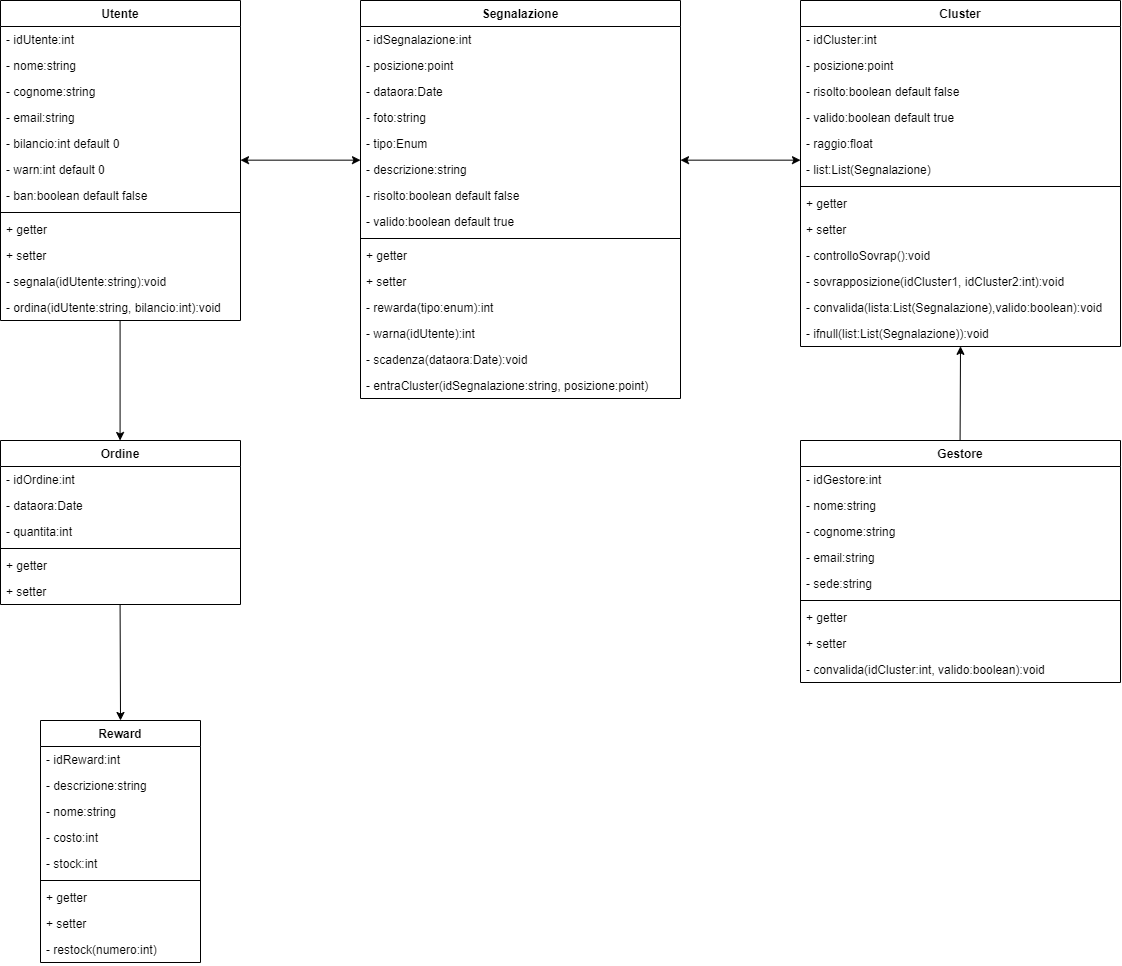
Before: Materiale Progettazione/Diagramma delle Classi/DiagrammaClassi.png, a diagram exported from draw.io (Gruppo-IS44/Comune-Pulito-bead80e0). Source tidied: cells renumbered, new cells last; positions are measured from the earlier drawing's top-left corner, leaving out a move shared by most shapes.
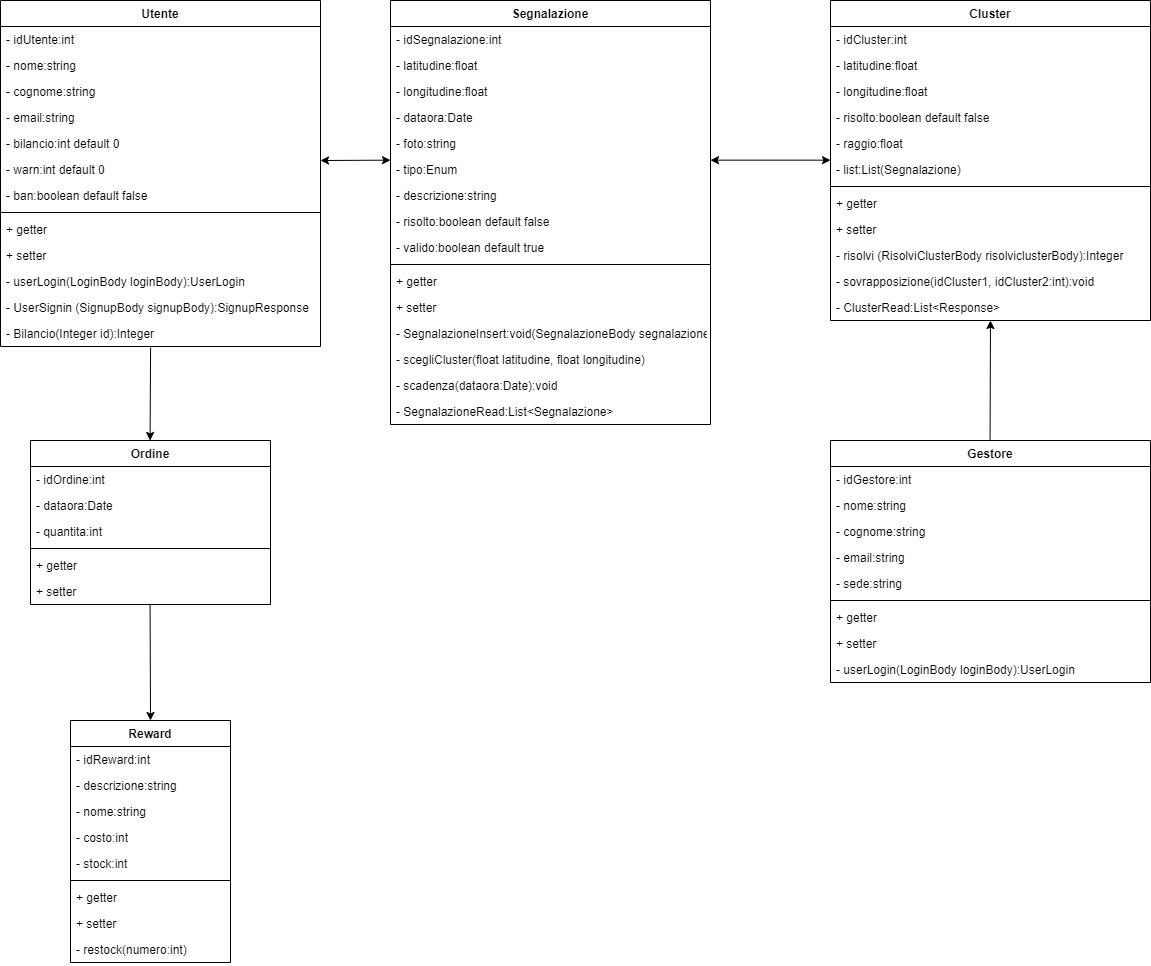
After the change.

Commit message:
Diagramma Classi

Diff of the diagram source:
```diff
@@ -3,107 +3,113 @@
     <mxCell id="0" />
     <mxCell id="1" parent="0" />
     <mxCell id="2" value="Utente" style="swimlane;fontStyle=1;align=center;verticalAlign=top;horizontal=1;startSize=26;" parent="1" vertex="1">
-      <mxGeometry width="240" height="320" as="geometry" />
+      <mxGeometry x="-30" width="320" height="346" as="geometry" />
     </mxCell>
     <mxCell id="3" value="- idUtente:int" style="text;strokeColor=none;fillColor=none;align=left;verticalAlign=top;spacingLeft=4;spacingRight=4;overflow=hidden;" parent="2" vertex="1">
-      <mxGeometry y="26" width="240" height="26" as="geometry" />
+      <mxGeometry y="26" width="320" height="26" as="geometry" />
     </mxCell>
     <mxCell id="4" value="- nome:string" style="text;strokeColor=none;fillColor=none;align=left;verticalAlign=top;spacingLeft=4;spacingRight=4;overflow=hidden;" parent="2" vertex="1">
-      <mxGeometry y="52" width="240" height="26" as="geometry" />
+      <mxGeometry y="52" width="320" height="26" as="geometry" />
     </mxCell>
     <mxCell id="5" value="- cognome:string" style="text;strokeColor=none;fillColor=none;align=left;verticalAlign=top;spacingLeft=4;spacingRight=4;overflow=hidden;" parent="2" vertex="1">
-      <mxGeometry y="78" width="240" height="26" as="geometry" />
+      <mxGeometry y="78" width="320" height="26" as="geometry" />
     </mxCell>
     <mxCell id="6" value="- email:string" style="text;strokeColor=none;fillColor=none;align=left;verticalAlign=top;spacingLeft=4;spacingRight=4;overflow=hidden;" parent="2" vertex="1">
-      <mxGeometry y="104" width="240" height="26" as="geometry" />
+      <mxGeometry y="104" width="320" height="26" as="geometry" />
     </mxCell>
     <mxCell id="7" value="- bilancio:int default 0" style="text;strokeColor=none;fillColor=none;align=left;verticalAlign=top;spacingLeft=4;spacingRight=4;overflow=hidden;" parent="2" vertex="1">
-      <mxGeometry y="130" width="240" height="26" as="geometry" />
+      <mxGeometry y="130" width="320" height="26" as="geometry" />
     </mxCell>
     <mxCell id="8" value="- warn:int default 0" style="text;strokeColor=none;fillColor=none;align=left;verticalAlign=top;spacingLeft=4;spacingRight=4;overflow=hidden;" parent="2" vertex="1">
-      <mxGeometry y="156" width="240" height="26" as="geometry" />
+      <mxGeometry y="156" width="320" height="26" as="geometry" />
     </mxCell>
     <mxCell id="9" value="- ban:boolean default false" style="text;strokeColor=none;fillColor=none;align=left;verticalAlign=top;spacingLeft=4;spacingRight=4;overflow=hidden;" parent="2" vertex="1">
-      <mxGeometry y="182" width="240" height="26" as="geometry" />
+      <mxGeometry y="182" width="320" height="26" as="geometry" />
     </mxCell>
     <mxCell id="10" style="line;strokeWidth=1;fillColor=none;align=left;verticalAlign=middle;spacingTop=-1;spacingLeft=3;spacingRight=3;labelPosition=right;strokeColor=inherit;" parent="2" vertex="1">
-      <mxGeometry y="208" width="240" height="8" as="geometry" />
+      <mxGeometry y="208" width="320" height="8" as="geometry" />
     </mxCell>
     <mxCell id="11" value="+ getter" style="text;strokeColor=none;fillColor=none;align=left;verticalAlign=top;spacingLeft=4;spacingRight=4;overflow=hidden;" parent="2" vertex="1">
-      <mxGeometry y="216" width="240" height="26" as="geometry" />
+      <mxGeometry y="216" width="320" height="26" as="geometry" />
     </mxCell>
     <mxCell id="12" value="+ setter&#10;" style="text;strokeColor=none;fillColor=none;align=left;verticalAlign=top;spacingLeft=4;spacingRight=4;overflow=hidden;" parent="2" vertex="1">
-      <mxGeometry y="242" width="240" height="26" as="geometry" />
+      <mxGeometry y="242" width="320" height="26" as="geometry" />
     </mxCell>
-    <mxCell id="13" value="- segnala(idUtente:string):void" style="text;strokeColor=none;fillColor=none;align=left;verticalAlign=top;spacingLeft=4;spacingRight=4;overflow=hidden;" parent="2" vertex="1">
-      <mxGeometry y="268" width="240" height="26" as="geometry" />
+    <mxCell id="13" value="- userLogin(LoginBody loginBody):UserLogin" style="text;strokeColor=none;fillColor=none;align=left;verticalAlign=top;spacingLeft=4;spacingRight=4;overflow=hidden;" parent="2" vertex="1">
+      <mxGeometry y="268" width="320" height="26" as="geometry" />
     </mxCell>
-    <mxCell id="14" value="- ordina(idUtente:string, bilancio:int):void" style="text;strokeColor=none;fillColor=none;align=left;verticalAlign=top;spacingLeft=4;spacingRight=4;overflow=hidden;" parent="2" vertex="1">
-      <mxGeometry y="294" width="240" height="26" as="geometry" />
+    <mxCell id="14" value="- UserSignin (SignupBody signupBody):SignupResponse" style="text;strokeColor=none;fillColor=none;align=left;verticalAlign=top;spacingLeft=4;spacingRight=4;overflow=hidden;" parent="2" vertex="1">
+      <mxGeometry y="294" width="320" height="26" as="geometry" />
     </mxCell>
+    <mxCell id="77" value="- Bilancio(Integer id):Integer" style="text;strokeColor=none;fillColor=none;align=left;verticalAlign=top;spacingLeft=4;spacingRight=4;overflow=hidden;points=[[0,0.5],[1,0.5]];portConstraint=eastwest;" parent="2" vertex="1">
+      <mxGeometry y="320" width="320" height="26" as="geometry" />
+    </mxCell>
     <mxCell id="15" value="Segnalazione" style="swimlane;fontStyle=1;align=center;verticalAlign=top;horizontal=1;startSize=26;" parent="1" vertex="1">
-      <mxGeometry x="360" width="320" height="398" as="geometry" />
+      <mxGeometry x="360" width="320" height="424" as="geometry" />
     </mxCell>
     <mxCell id="16" value="- idSegnalazione:int" style="text;strokeColor=none;fillColor=none;align=left;verticalAlign=top;spacingLeft=4;spacingRight=4;overflow=hidden;" parent="15" vertex="1">
       <mxGeometry y="26" width="320" height="26" as="geometry" />
     </mxCell>
-    <mxCell id="17" value="- posizione:point" style="text;strokeColor=none;fillColor=none;align=left;verticalAlign=top;spacingLeft=4;spacingRight=4;overflow=hidden;" parent="15" vertex="1">
+    <mxCell id="17" value="- latitudine:float" style="text;strokeColor=none;fillColor=none;align=left;verticalAlign=top;spacingLeft=4;spacingRight=4;overflow=hidden;" parent="15" vertex="1">
       <mxGeometry y="52" width="320" height="26" as="geometry" />
     </mxCell>
+    <mxCell id="78" value="- longitudine:float" style="text;strokeColor=none;fillColor=none;align=left;verticalAlign=top;spacingLeft=4;spacingRight=4;overflow=hidden;" parent="15" vertex="1">
+      <mxGeometry y="78" width="320" height="26" as="geometry" />
+    </mxCell>
     <mxCell id="18" value="- dataora:Date" style="text;strokeColor=none;fillColor=none;align=left;verticalAlign=top;spacingLeft=4;spacingRight=4;overflow=hidden;" parent="15" vertex="1">
-      <mxGeometry y="78" width="320" height="26" as="geometry" />
+      <mxGeometry y="104" width="320" height="26" as="geometry" />
     </mxCell>
     <mxCell id="19" value="- foto:string" style="text;strokeColor=none;fillColor=none;align=left;verticalAlign=top;spacingLeft=4;spacingRight=4;overflow=hidden;" parent="15" vertex="1">
-      <mxGeometry y="104" width="320" height="26" as="geometry" />
+      <mxGeometry y="130" width="320" height="26" as="geometry" />
     </mxCell>
     <mxCell id="20" value="- tipo:Enum" style="text;strokeColor=none;fillColor=none;align=left;verticalAlign=top;spacingLeft=4;spacingRight=4;overflow=hidden;" parent="15" vertex="1">
-      <mxGeometry y="130" width="320" height="26" as="geometry" />
+      <mxGeometry y="156" width="320" height="26" as="geometry" />
     </mxCell>
     <mxCell id="21" value="- descrizione:string" style="text;strokeColor=none;fillColor=none;align=left;verticalAlign=top;spacingLeft=4;spacingRight=4;overflow=hidden;" parent="15" vertex="1">
-      <mxGeometry y="156" width="320" height="26" as="geometry" />
+      <mxGeometry y="182" width="320" height="26" as="geometry" />
     </mxCell>
     <mxCell id="22" value="- risolto:boolean default false" style="text;strokeColor=none;fillColor=none;align=left;verticalAlign=top;spacingLeft=4;spacingRight=4;overflow=hidden;" parent="15" vertex="1">
-      <mxGeometry y="182" width="320" height="26" as="geometry" />
+      <mxGeometry y="208" width="320" height="26" as="geometry" />
     </mxCell>
     <mxCell id="23" value="- valido:boolean default true" style="text;strokeColor=none;fillColor=none;align=left;verticalAlign=top;spacingLeft=4;spacingRight=4;overflow=hidden;" parent="15" vertex="1">
-      <mxGeometry y="208" width="320" height="26" as="geometry" />
+      <mxGeometry y="234" width="320" height="26" as="geometry" />
     </mxCell>
     <mxCell id="24" style="line;strokeWidth=1;fillColor=none;align=left;verticalAlign=middle;spacingTop=-1;spacingLeft=3;spacingRight=3;labelPosition=right;strokeColor=inherit;" parent="15" vertex="1">
-      <mxGeometry y="234" width="320" height="8" as="geometry" />
+      <mxGeometry y="260" width="320" height="8" as="geometry" />
     </mxCell>
     <mxCell id="25" value="+ getter" style="text;strokeColor=none;fillColor=none;align=left;verticalAlign=top;spacingLeft=4;spacingRight=4;overflow=hidden;" parent="15" vertex="1">
-      <mxGeometry y="242" width="320" height="26" as="geometry" />
+      <mxGeometry y="268" width="320" height="26" as="geometry" />
     </mxCell>
     <mxCell id="26" value="+ setter" style="text;strokeColor=none;fillColor=none;align=left;verticalAlign=top;spacingLeft=4;spacingRight=4;overflow=hidden;" parent="15" vertex="1">
-      <mxGeometry y="268" width="320" height="26" as="geometry" />
+      <mxGeometry y="294" width="320" height="26" as="geometry" />
     </mxCell>
-    <mxCell id="27" value="- rewarda(tipo:enum):int" style="text;strokeColor=none;fillColor=none;align=left;verticalAlign=top;spacingLeft=4;spacingRight=4;overflow=hidden;" parent="15" vertex="1">
-      <mxGeometry y="294" width="320" height="26" as="geometry" />
+    <mxCell id="27" value="- SegnalazioneInsert:void(SegnalazioneBody segnalazionebody)" style="text;strokeColor=none;fillColor=none;align=left;verticalAlign=top;spacingLeft=4;spacingRight=4;overflow=hidden;" parent="15" vertex="1">
+      <mxGeometry y="320" width="320" height="26" as="geometry" />
     </mxCell>
-    <mxCell id="28" value="- warna(idUtente):int" style="text;strokeColor=none;fillColor=none;align=left;verticalAlign=top;spacingLeft=4;spacingRight=4;overflow=hidden;" parent="15" vertex="1">
-      <mxGeometry y="320" width="320" height="26" as="geometry" />
+    <mxCell id="28" value="- scegliCluster(float latitudine, float longitudine)" style="text;strokeColor=none;fillColor=none;align=left;verticalAlign=top;spacingLeft=4;spacingRight=4;overflow=hidden;" parent="15" vertex="1">
+      <mxGeometry y="346" width="320" height="26" as="geometry" />
     </mxCell>
     <mxCell id="29" value="- scadenza(dataora:Date):void" style="text;strokeColor=none;fillColor=none;align=left;verticalAlign=top;spacingLeft=4;spacingRight=4;overflow=hidden;" parent="15" vertex="1">
-      <mxGeometry y="346" width="320" height="26" as="geometry" />
+      <mxGeometry y="372" width="320" height="26" as="geometry" />
     </mxCell>
-    <mxCell id="30" value="- entraCluster(idSegnalazione:string, posizione:point)" style="text;strokeColor=none;fillColor=none;align=left;verticalAlign=top;spacingLeft=4;spacingRight=4;overflow=hidden;" parent="15" vertex="1">
-      <mxGeometry y="372" width="320" height="26" as="geometry" />
-    </mxCell>
+    <mxCell id="79" value="- SegnalazioneRead:List&lt;Segnalazione&gt;" style="text;strokeColor=none;fillColor=none;align=left;verticalAlign=top;spacingLeft=4;spacingRight=4;overflow=hidden;" parent="15" vertex="1">
+      <mxGeometry y="398" width="320" height="26" as="geometry" />
+    </mxCell>
     <mxCell id="31" value="Cluster" style="swimlane;fontStyle=1;align=center;verticalAlign=top;horizontal=1;startSize=26;" parent="1" vertex="1">
-      <mxGeometry x="800" width="320" height="346" as="geometry" />
+      <mxGeometry x="800" width="320" height="320" as="geometry" />
     </mxCell>
     <mxCell id="32" value="- idCluster:int" style="text;strokeColor=none;fillColor=none;align=left;verticalAlign=top;spacingLeft=4;spacingRight=4;overflow=hidden;" parent="31" vertex="1">
       <mxGeometry y="26" width="320" height="26" as="geometry" />
     </mxCell>
-    <mxCell id="33" value="- posizione:point" style="text;strokeColor=none;fillColor=none;align=left;verticalAlign=top;spacingLeft=4;spacingRight=4;overflow=hidden;" parent="31" vertex="1">
+    <mxCell id="33" value="- latitudine:float" style="text;strokeColor=none;fillColor=none;align=left;verticalAlign=top;spacingLeft=4;spacingRight=4;overflow=hidden;" parent="31" vertex="1">
       <mxGeometry y="52" width="320" height="26" as="geometry" />
     </mxCell>
+    <mxCell id="80" value="- longitudine:float" style="text;strokeColor=none;fillColor=none;align=left;verticalAlign=top;spacingLeft=4;spacingRight=4;overflow=hidden;" parent="31" vertex="1">
+      <mxGeometry y="78" width="320" height="26" as="geometry" />
+    </mxCell>
     <mxCell id="34" value="- risolto:boolean default false" style="text;strokeColor=none;fillColor=none;align=left;verticalAlign=top;spacingLeft=4;spacingRight=4;overflow=hidden;" parent="31" vertex="1">
-      <mxGeometry y="78" width="320" height="26" as="geometry" />
+      <mxGeometry y="104" width="320" height="26" as="geometry" />
     </mxCell>
-    <mxCell id="35" value="- valido:boolean default true" style="text;strokeColor=none;fillColor=none;align=left;verticalAlign=top;spacingLeft=4;spacingRight=4;overflow=hidden;" parent="31" vertex="1">
-      <mxGeometry y="104" width="320" height="26" as="geometry" />
-    </mxCell>
     <mxCell id="36" value="- raggio:float" style="text;strokeColor=none;fillColor=none;align=left;verticalAlign=top;spacingLeft=4;spacingRight=4;overflow=hidden;" parent="31" vertex="1">
       <mxGeometry y="130" width="320" height="26" as="geometry" />
     </mxCell>
@@ -119,18 +125,15 @@
     <mxCell id="40" value="+ setter" style="text;strokeColor=none;fillColor=none;align=left;verticalAlign=top;spacingLeft=4;spacingRight=4;overflow=hidden;" parent="31" vertex="1">
       <mxGeometry y="216" width="320" height="26" as="geometry" />
     </mxCell>
-    <mxCell id="41" value="- controlloSovrap():void" style="text;strokeColor=none;fillColor=none;align=left;verticalAlign=top;spacingLeft=4;spacingRight=4;overflow=hidden;" parent="31" vertex="1">
+    <mxCell id="41" value="- risolvi (RisolviClusterBody risolviclusterBody):Integer " style="text;strokeColor=none;fillColor=none;align=left;verticalAlign=top;spacingLeft=4;spacingRight=4;overflow=hidden;" parent="31" vertex="1">
       <mxGeometry y="242" width="320" height="26" as="geometry" />
     </mxCell>
     <mxCell id="42" value="- sovrapposizione(idCluster1, idCluster2:int):void" style="text;strokeColor=none;fillColor=none;align=left;verticalAlign=top;spacingLeft=4;spacingRight=4;overflow=hidden;" parent="31" vertex="1">
       <mxGeometry y="268" width="320" height="26" as="geometry" />
     </mxCell>
-    <mxCell id="43" value="- convalida(lista:List(Segnalazione),valido:boolean):void" style="text;strokeColor=none;fillColor=none;align=left;verticalAlign=top;spacingLeft=4;spacingRight=4;overflow=hidden;points=[[0,0.5],[1,0.5]];portConstraint=eastwest;" parent="31" vertex="1">
+    <mxCell id="43" value="- ClusterRead:List&lt;Response&gt; " style="text;strokeColor=none;fillColor=none;align=left;verticalAlign=top;spacingLeft=4;spacingRight=4;overflow=hidden;points=[[0,0.5],[1,0.5]];portConstraint=eastwest;" parent="31" vertex="1">
       <mxGeometry y="294" width="320" height="26" as="geometry" />
     </mxCell>
-    <mxCell id="44" value="- ifnull(list:List(Segnalazione)):void" style="text;strokeColor=none;fillColor=none;align=left;verticalAlign=top;spacingLeft=4;spacingRight=4;overflow=hidden;points=[[0,0.5],[1,0.5]];portConstraint=eastwest;" parent="31" vertex="1">
-      <mxGeometry y="320" width="320" height="26" as="geometry" />
-    </mxCell>
     <mxCell id="45" value="Gestore" style="swimlane;fontStyle=1;align=center;verticalAlign=top;horizontal=1;startSize=26;" parent="1" vertex="1">
       <mxGeometry x="800" y="440" width="320" height="242" as="geometry" />
     </mxCell>
@@ -158,7 +161,7 @@
     <mxCell id="53" value="+ setter" style="text;strokeColor=none;fillColor=none;align=left;verticalAlign=top;spacingLeft=4;spacingRight=4;overflow=hidden;" parent="45" vertex="1">
       <mxGeometry y="190" width="320" height="26" as="geometry" />
     </mxCell>
-    <mxCell id="54" value="- convalida(idCluster:int, valido:boolean):void" style="text;strokeColor=none;fillColor=none;align=left;verticalAlign=top;spacingLeft=4;spacingRight=4;overflow=hidden;" parent="45" vertex="1">
+    <mxCell id="54" value="- userLogin(LoginBody loginBody):UserLogin" style="text;strokeColor=none;fillColor=none;align=left;verticalAlign=top;spacingLeft=4;spacingRight=4;overflow=hidden;" parent="45" vertex="1">
       <mxGeometry y="216" width="320" height="26" as="geometry" />
     </mxCell>
     <mxCell id="55" value="Ordine" style="swimlane;fontStyle=1;align=center;verticalAlign=top;horizontal=1;startSize=26;" parent="1" vertex="1">
@@ -214,7 +217,7 @@
     </mxCell>
     <mxCell id="72" style="endArrow=classic;startArrow=classic;html=1;rounded=0;" parent="1" edge="1">
       <mxGeometry relative="1" as="geometry">
-        <mxPoint x="240" y="159.7" as="sourcePoint" />
+        <mxPoint x="290" y="160" as="sourcePoint" />
         <mxPoint x="360" y="159.7" as="targetPoint" />
       </mxGeometry>
     </mxCell>
@@ -224,14 +227,13 @@
         <mxPoint x="800" y="159.7" as="targetPoint" />
       </mxGeometry>
     </mxCell>
-    <mxCell id="74" style="endArrow=classic;html=1;rounded=0;entryX=0.5;entryY=0.994;entryDx=0;entryDy=0;entryPerimeter=0;" parent="1" edge="1" target="44">
+    <mxCell id="74" style="endArrow=classic;html=1;rounded=0;" parent="1" edge="1" target="43">
       <mxGeometry relative="1" as="geometry">
         <mxPoint x="959.6" y="440" as="sourcePoint" />
       </mxGeometry>
     </mxCell>
-    <mxCell id="75" style="endArrow=classic;html=1;rounded=0;" parent="1" edge="1">
+    <mxCell id="75" style="endArrow=classic;html=1;rounded=0;exitX=0.469;exitY=1.038;exitDx=0;exitDy=0;exitPerimeter=0;" parent="1" edge="1" source="77">
       <mxGeometry relative="1" as="geometry">
-        <mxPoint x="119.6" y="320" as="sourcePoint" />
         <mxPoint x="119.6" y="440" as="targetPoint" />
       </mxGeometry>
     </mxCell>
```
